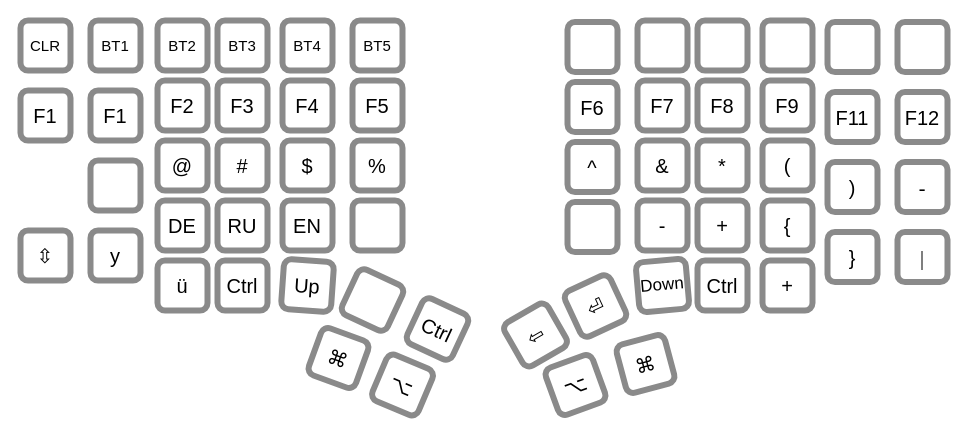
Above: page "Lower" (9 of 16) of layouts.drawio in maxistar/dacty (draw.io), before the change. Source tidied: cells renumbered, new cells numbered last; positions are measured from the earlier drawing's top-left corner, leaving out a move shared by most shapes. Both pictures are drawn from the tidied source at 100%, with x=0, y=0 at pixel (20, 20).
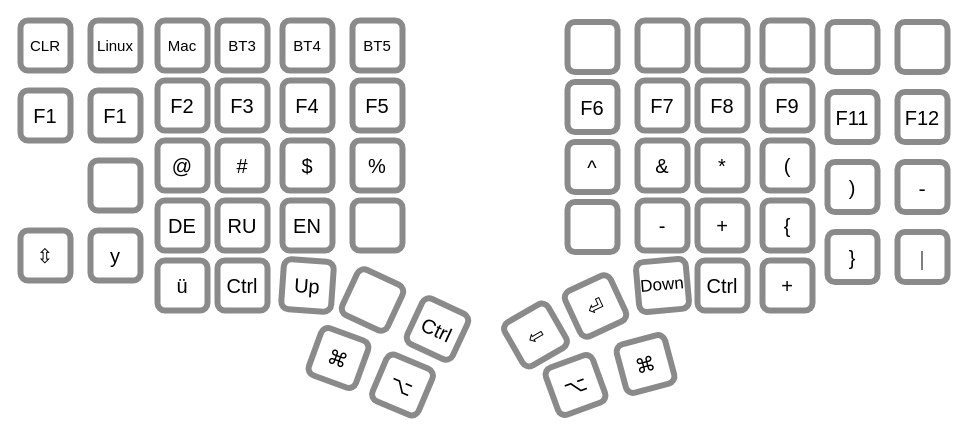
After the change.

What changed in the source:
```diff
@@
-    <mxCell id="5" value="&lt;font style=&quot;font-size: 15px;&quot;&gt;BT1&lt;/font&gt;" style="rounded=1;whiteSpace=wrap;html=1;strokeWidth=6;strokeColor=light-dark(#8a8a8a, #5d7be7);" parent="1" vertex="1">
+    <mxCell id="5" value="&lt;font style=&quot;font-size: 15px;&quot;&gt;Linux&lt;/font&gt;" style="rounded=1;whiteSpace=wrap;html=1;strokeWidth=6;strokeColor=light-dark(#8a8a8a, #5d7be7);" parent="1" vertex="1">
       <mxGeometry x="70" width="50" height="50" as="geometry" />
     </mxCell>
@@
-    <mxCell id="9" value="&lt;font style=&quot;font-size: 15px;&quot;&gt;BT2&lt;/font&gt;" style="rounded=1;whiteSpace=wrap;html=1;strokeWidth=6;strokeColor=light-dark(#8a8a8a, #5d7be7);" parent="1" vertex="1">
+    <mxCell id="9" value="&lt;font style=&quot;font-size: 15px;&quot;&gt;Mac&lt;/font&gt;" style="rounded=1;whiteSpace=wrap;html=1;strokeWidth=6;strokeColor=light-dark(#8a8a8a, #5d7be7);" parent="1" vertex="1">
       <mxGeometry x="137" width="50" height="50" as="geometry" />
     </mxCell>
```
